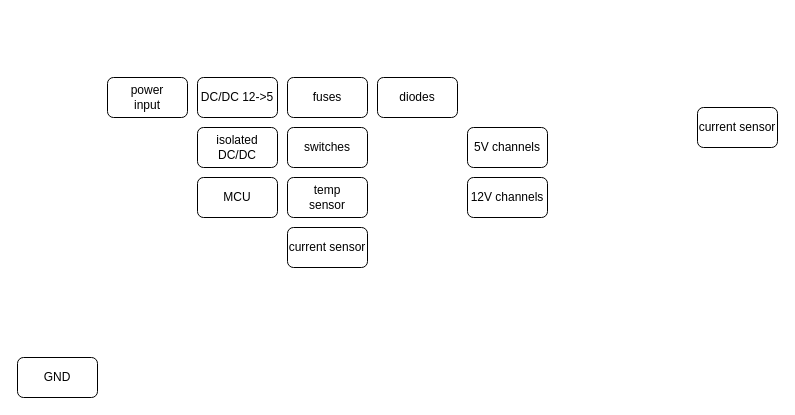
Above: Block diagrams/PDB.drawio in Mojitas/MUST-Autonics (draw.io), before the change. Source tidied: cells renumbered, new cells numbered last; positions are measured from the earlier drawing's top-left corner, leaving out a move shared by most shapes. Both pictures are drawn from the tidied source at 100%, with x=0, y=0 at pixel (17, 77).
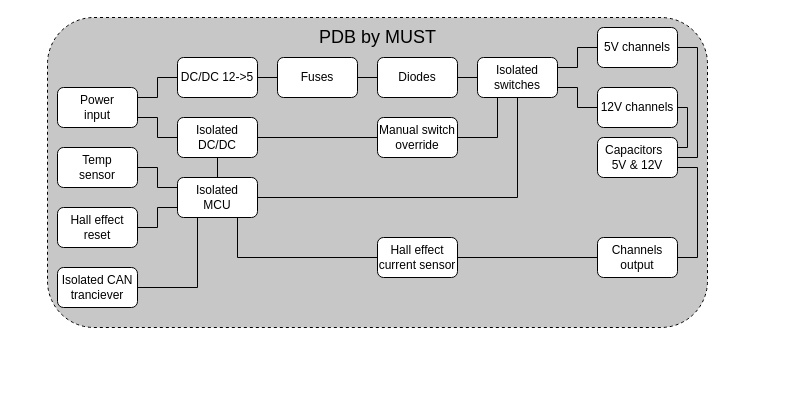
The same page after the edit.

Diff of the diagram source:
```diff
@@
+    <mxCell id="15" style="rounded=1;whiteSpace=wrap;html=1;dashed=1;fillColor=#C7C7C7;" parent="1" vertex="1">
+      <mxGeometry x="30" y="-60" width="660" height="310" as="geometry" />
+    </mxCell>
+    <mxCell id="16" style="edgeStyle=orthogonalEdgeStyle;rounded=0;jettySize=auto;html=1;exitX=1;exitY=0.5;exitDx=0;exitDy=0;entryX=0.5;entryY=1;entryDx=0;entryDy=0;endArrow=none;endFill=0;" parent="1" edge="1" source="2" target="8">
+      <mxGeometry relative="1" as="geometry" />
+    </mxCell>
-    <mxCell id="2" value="MCU" style="rounded=1;whiteSpace=wrap;html=1;" parent="1" vertex="1">
-      <mxGeometry x="180" y="100" width="80" height="40" as="geometry" />
+    <mxCell id="2" value="&lt;div&gt;Isolated&lt;/div&gt;&lt;div&gt;MCU&lt;/div&gt;" style="rounded=1;whiteSpace=wrap;html=1;" parent="1" vertex="1">
+      <mxGeometry x="160" y="100" width="80" height="40" as="geometry" />
     </mxCell>
+    <mxCell id="17" style="edgeStyle=orthogonalEdgeStyle;rounded=0;jettySize=auto;html=1;exitX=1;exitY=0.5;exitDx=0;exitDy=0;entryX=0;entryY=0.5;entryDx=0;entryDy=0;endArrow=none;endFill=0;" parent="1" edge="1" source="3" target="7">
+      <mxGeometry relative="1" as="geometry" />
+    </mxCell>
-    <mxCell id="3" value="fuses" style="rounded=1;whiteSpace=wrap;html=1;" parent="1" vertex="1">
-      <mxGeometry x="270" width="80" height="40" as="geometry" />
+    <mxCell id="3" value="Fuses" style="rounded=1;whiteSpace=wrap;html=1;" parent="1" vertex="1">
+      <mxGeometry x="260" y="-20" width="80" height="40" as="geometry" />
     </mxCell>
+    <mxCell id="18" style="edgeStyle=orthogonalEdgeStyle;rounded=0;jettySize=auto;html=1;exitX=1;exitY=0.5;exitDx=0;exitDy=0;entryX=0;entryY=0.5;entryDx=0;entryDy=0;endArrow=none;endFill=0;" parent="1" edge="1" source="4" target="33">
+      <mxGeometry relative="1" as="geometry" />
+    </mxCell>
+    <mxCell id="19" style="edgeStyle=orthogonalEdgeStyle;rounded=0;jettySize=auto;html=1;exitX=0;exitY=0.5;exitDx=0;exitDy=0;entryX=0.75;entryY=1;entryDx=0;entryDy=0;endArrow=none;endFill=0;" parent="1" edge="1" source="4" target="2">
+      <mxGeometry relative="1" as="geometry" />
+    </mxCell>
-    <mxCell id="4" value="current sensor" style="rounded=1;whiteSpace=wrap;html=1;" parent="1" vertex="1">
-      <mxGeometry x="680" y="30" width="80" height="40" as="geometry" />
+    <mxCell id="4" value="&lt;div&gt;Hall effect&lt;/div&gt;&lt;div&gt;current sensor&lt;/div&gt;" style="rounded=1;whiteSpace=wrap;html=1;" parent="1" vertex="1">
+      <mxGeometry x="360" y="160" width="80" height="40" as="geometry" />
     </mxCell>
-    <mxCell id="5" value="current sensor" style="rounded=1;whiteSpace=wrap;html=1;" parent="1" vertex="1">
-      <mxGeometry x="270" y="150" width="80" height="40" as="geometry" />
-    </mxCell>
+    <mxCell id="20" style="edgeStyle=orthogonalEdgeStyle;rounded=0;jettySize=auto;html=1;exitX=1;exitY=0.5;exitDx=0;exitDy=0;entryX=0;entryY=0.5;entryDx=0;entryDy=0;endArrow=none;endFill=0;" parent="1" edge="1" source="6" target="3">
+      <mxGeometry relative="1" as="geometry" />
+    </mxCell>
     <mxCell id="6" value="DC/DC 12-&amp;gt;5" style="rounded=1;whiteSpace=wrap;html=1;" parent="1" vertex="1">
-      <mxGeometry x="180" width="80" height="40" as="geometry" />
+      <mxGeometry x="160" y="-20" width="80" height="40" as="geometry" />
     </mxCell>
+    <mxCell id="21" style="edgeStyle=orthogonalEdgeStyle;rounded=0;jettySize=auto;html=1;exitX=1;exitY=0.5;exitDx=0;exitDy=0;entryX=0;entryY=0.5;entryDx=0;entryDy=0;endArrow=none;endFill=0;" parent="1" edge="1" source="7" target="8">
+      <mxGeometry relative="1" as="geometry" />
+    </mxCell>
-    <mxCell id="7" value="diodes" style="rounded=1;whiteSpace=wrap;html=1;" parent="1" vertex="1">
-      <mxGeometry x="360" width="80" height="40" as="geometry" />
+    <mxCell id="7" value="Diodes" style="rounded=1;whiteSpace=wrap;html=1;" parent="1" vertex="1">
+      <mxGeometry x="360" y="-20" width="80" height="40" as="geometry" />
     </mxCell>
+    <mxCell id="22" style="edgeStyle=orthogonalEdgeStyle;rounded=0;jettySize=auto;html=1;exitX=1;exitY=0.25;exitDx=0;exitDy=0;entryX=0;entryY=0.5;entryDx=0;entryDy=0;endArrow=none;endFill=0;" parent="1" edge="1" source="8" target="14">
+      <mxGeometry relative="1" as="geometry" />
+    </mxCell>
+    <mxCell id="23" style="edgeStyle=orthogonalEdgeStyle;rounded=0;jettySize=auto;html=1;exitX=1;exitY=0.75;exitDx=0;exitDy=0;entryX=0;entryY=0.5;entryDx=0;entryDy=0;endArrow=none;endFill=0;" parent="1" edge="1" source="8" target="13">
+      <mxGeometry relative="1" as="geometry" />
+    </mxCell>
-    <mxCell id="8" value="switches" style="rounded=1;whiteSpace=wrap;html=1;" parent="1" vertex="1">
-      <mxGeometry x="270" y="50" width="80" height="40" as="geometry" />
+    <mxCell id="8" value="&lt;div&gt;Isolated&lt;/div&gt;&lt;div&gt;switches&lt;/div&gt;" style="rounded=1;whiteSpace=wrap;html=1;" parent="1" vertex="1">
+      <mxGeometry x="460" y="-20" width="80" height="40" as="geometry" />
     </mxCell>
+    <mxCell id="24" style="edgeStyle=orthogonalEdgeStyle;rounded=0;jettySize=auto;html=1;exitX=1;exitY=0.5;exitDx=0;exitDy=0;entryX=0;entryY=0.25;entryDx=0;entryDy=0;endArrow=none;endFill=0;" parent="1" edge="1" source="9" target="2">
+      <mxGeometry relative="1" as="geometry" />
+    </mxCell>
-    <mxCell id="9" value="&lt;div&gt;temp&lt;/div&gt;&lt;div&gt;sensor&lt;br&gt;&lt;/div&gt;" style="rounded=1;whiteSpace=wrap;html=1;" parent="1" vertex="1">
-      <mxGeometry x="270" y="100" width="80" height="40" as="geometry" />
+    <mxCell id="9" value="&lt;div&gt;Temp&lt;/div&gt;&lt;div&gt;sensor&lt;br&gt;&lt;/div&gt;" style="rounded=1;whiteSpace=wrap;html=1;" parent="1" vertex="1">
+      <mxGeometry x="40" y="70" width="80" height="40" as="geometry" />
     </mxCell>
+    <mxCell id="25" style="edgeStyle=orthogonalEdgeStyle;rounded=0;jettySize=auto;html=1;exitX=0.5;exitY=1;exitDx=0;exitDy=0;entryX=0.5;entryY=0;entryDx=0;entryDy=0;endArrow=none;endFill=0;" parent="1" edge="1" source="10" target="2">
+      <mxGeometry relative="1" as="geometry" />
+    </mxCell>
+    <mxCell id="26" style="edgeStyle=orthogonalEdgeStyle;rounded=0;jettySize=auto;html=1;exitX=1;exitY=0.5;exitDx=0;exitDy=0;entryX=0;entryY=0.5;entryDx=0;entryDy=0;endArrow=none;endFill=0;" parent="1" edge="1" source="10" target="32">
+      <mxGeometry relative="1" as="geometry" />
+    </mxCell>
-    <mxCell id="10" value="&lt;div&gt;isolated&lt;/div&gt;&lt;div&gt;DC/DC&lt;br&gt;&lt;/div&gt;" style="rounded=1;whiteSpace=wrap;html=1;" parent="1" vertex="1">
-      <mxGeometry x="180" y="50" width="80" height="40" as="geometry" />
+    <mxCell id="10" value="&lt;div&gt;Isolated&lt;/div&gt;&lt;div&gt;DC/DC&lt;br&gt;&lt;/div&gt;" style="rounded=1;whiteSpace=wrap;html=1;" parent="1" vertex="1">
+      <mxGeometry x="160" y="40" width="80" height="40" as="geometry" />
     </mxCell>
+    <mxCell id="27" style="edgeStyle=orthogonalEdgeStyle;rounded=0;jettySize=auto;html=1;entryX=0;entryY=0.5;entryDx=0;entryDy=0;endArrow=none;endFill=0;exitX=1;exitY=0.25;exitDx=0;exitDy=0;" parent="1" edge="1" source="11" target="6">
+      <mxGeometry relative="1" as="geometry" />
+    </mxCell>
+    <mxCell id="28" style="edgeStyle=orthogonalEdgeStyle;rounded=0;jettySize=auto;html=1;exitX=1;exitY=0.75;exitDx=0;exitDy=0;entryX=0;entryY=0.5;entryDx=0;entryDy=0;endArrow=none;endFill=0;" parent="1" edge="1" source="11" target="10">
+      <mxGeometry relative="1" as="geometry" />
+    </mxCell>
-    <mxCell id="11" value="&lt;div&gt;power&lt;/div&gt;&lt;div&gt;input&lt;br&gt;&lt;/div&gt;" style="rounded=1;whiteSpace=wrap;html=1;" parent="1" vertex="1">
-      <mxGeometry x="90" width="80" height="40" as="geometry" />
+    <mxCell id="11" value="&lt;div&gt;Power&lt;/div&gt;&lt;div&gt;input&lt;br&gt;&lt;/div&gt;" style="rounded=1;whiteSpace=wrap;html=1;" parent="1" vertex="1">
+      <mxGeometry x="40" y="10" width="80" height="40" as="geometry" />
     </mxCell>
-    <mxCell id="12" value="GND" style="rounded=1;whiteSpace=wrap;html=1;" parent="1" vertex="1">
-      <mxGeometry y="280" width="80" height="40" as="geometry" />
-    </mxCell>
+    <mxCell id="29" style="edgeStyle=orthogonalEdgeStyle;rounded=0;jettySize=auto;html=1;exitX=1;exitY=0.5;exitDx=0;exitDy=0;entryX=1;entryY=0.25;entryDx=0;entryDy=0;endArrow=none;endFill=0;" parent="1" edge="1" source="13" target="37">
+      <mxGeometry relative="1" as="geometry">
+        <Array as="points">
+          <mxPoint x="670" y="30" />
+          <mxPoint x="670" y="70" />
+        </Array>
+      </mxGeometry>
+    </mxCell>
     <mxCell id="13" value="12V channels" style="rounded=1;whiteSpace=wrap;html=1;" parent="1" vertex="1">
-      <mxGeometry x="450" y="100" width="80" height="40" as="geometry" />
+      <mxGeometry x="580" y="10" width="80" height="40" as="geometry" />
     </mxCell>
+    <mxCell id="30" style="edgeStyle=orthogonalEdgeStyle;rounded=0;jettySize=auto;html=1;exitX=1;exitY=0.5;exitDx=0;exitDy=0;entryX=1;entryY=0.5;entryDx=0;entryDy=0;endArrow=none;endFill=0;" parent="1" edge="1" source="14" target="37">
+      <mxGeometry relative="1" as="geometry">
+        <Array as="points">
+          <mxPoint x="680" y="-30" />
+          <mxPoint x="680" y="80" />
+        </Array>
+      </mxGeometry>
+    </mxCell>
     <mxCell id="14" value="5V channels" style="rounded=1;whiteSpace=wrap;html=1;" parent="1" vertex="1">
-      <mxGeometry x="450" y="50" width="80" height="40" as="geometry" />
+      <mxGeometry x="580" y="-50" width="80" height="40" as="geometry" />
     </mxCell>
+    <mxCell id="31" style="edgeStyle=orthogonalEdgeStyle;rounded=0;jettySize=auto;html=1;exitX=1;exitY=0.5;exitDx=0;exitDy=0;entryX=0.25;entryY=1;entryDx=0;entryDy=0;endArrow=none;endFill=0;" parent="1" edge="1" source="32" target="8">
+      <mxGeometry relative="1" as="geometry" />
+    </mxCell>
+    <mxCell id="32" value="&lt;div&gt;Manual switch override&lt;/div&gt;" style="rounded=1;whiteSpace=wrap;html=1;" parent="1" vertex="1">
+      <mxGeometry x="360" y="40" width="80" height="40" as="geometry" />
+    </mxCell>
+    <mxCell id="33" value="&lt;div&gt;Channels&lt;/div&gt;&lt;div&gt;output&lt;/div&gt;" style="rounded=1;whiteSpace=wrap;html=1;" parent="1" vertex="1">
+      <mxGeometry x="580" y="160" width="80" height="40" as="geometry" />
+    </mxCell>
+    <mxCell id="34" style="edgeStyle=orthogonalEdgeStyle;rounded=0;jettySize=auto;html=1;exitX=1;exitY=0.5;exitDx=0;exitDy=0;entryX=0.25;entryY=1;entryDx=0;entryDy=0;endArrow=none;endFill=0;" parent="1" edge="1" source="35" target="2">
+      <mxGeometry relative="1" as="geometry" />
+    </mxCell>
+    <mxCell id="35" value="&lt;div&gt;Isolated CAN tranciever&lt;br&gt;&lt;/div&gt;" style="rounded=1;whiteSpace=wrap;html=1;" parent="1" vertex="1">
+      <mxGeometry x="40" y="190" width="80" height="40" as="geometry" />
+    </mxCell>
+    <mxCell id="36" style="edgeStyle=orthogonalEdgeStyle;rounded=0;jettySize=auto;html=1;exitX=1;exitY=0.75;exitDx=0;exitDy=0;entryX=1;entryY=0.5;entryDx=0;entryDy=0;endArrow=none;endFill=0;" parent="1" edge="1" source="37" target="33">
+      <mxGeometry relative="1" as="geometry" />
+    </mxCell>
+    <mxCell id="37" value="&lt;div&gt;Capacitors&amp;nbsp;&amp;nbsp; 5V &amp;amp; 12V&lt;br&gt;&lt;/div&gt;" style="rounded=1;whiteSpace=wrap;html=1;" parent="1" vertex="1">
+      <mxGeometry x="580" y="60" width="80" height="40" as="geometry" />
+    </mxCell>
+    <mxCell id="38" value="&lt;font style=&quot;font-size: 18px&quot;&gt;PDB by MUST&lt;/font&gt;" style="text;html=1;align=center;verticalAlign=middle;" parent="1" vertex="1">
+      <mxGeometry x="295" y="-50" width="130" height="20" as="geometry" />
+    </mxCell>
+    <mxCell id="39" style="edgeStyle=orthogonalEdgeStyle;rounded=0;jettySize=auto;html=1;exitX=1;exitY=0.5;exitDx=0;exitDy=0;entryX=0;entryY=0.75;entryDx=0;entryDy=0;endArrow=none;endFill=0;" parent="1" edge="1" source="40" target="2">
+      <mxGeometry relative="1" as="geometry" />
+    </mxCell>
+    <mxCell id="40" value="Hall effect reset" style="rounded=1;whiteSpace=wrap;html=1;" parent="1" vertex="1">
+      <mxGeometry x="40" y="130" width="80" height="40" as="geometry" />
+    </mxCell>
```
